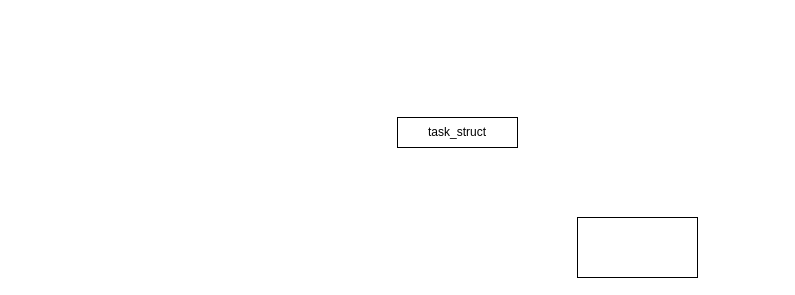
chen45464546/kernel_relative keeps this draw.io diagram as 未命名绘图.drawio. Above is the earlier version. Source tidied: cells renumbered, new cells numbered last; positions are measured from the earlier drawing's top-left corner, leaving out a move shared by most shapes. Both pictures are drawn from the tidied source at 100%, with x=0, y=0 at pixel (397, 117).
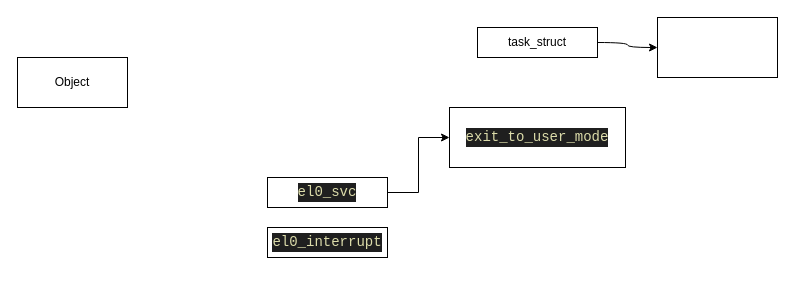
After the change.

Commit message:
更新未命名绘图.drawio

What changed in the source:
```diff
@@
 <mxGraphModel>
   <root>
     <mxCell id="0" />
     <mxCell id="1" parent="0" />
+    <mxCell id="5" style="edgeStyle=orthogonalEdgeStyle;rounded=0;jettySize=auto;html=1;exitX=1;exitY=0.5;exitDx=0;exitDy=0;curved=1;" parent="1" edge="1" source="2" target="3">
+      <mxGeometry relative="1" as="geometry" />
+    </mxCell>
     <mxCell id="2" value="task_struct" style="rounded=0;whiteSpace=wrap;html=1;" parent="1" vertex="1">
-      <mxGeometry width="120" height="30" as="geometry" />
+      <mxGeometry x="80" y="-90" width="120" height="30" as="geometry" />
     </mxCell>
     <mxCell id="3" style="rounded=0;whiteSpace=wrap;html=1;" parent="1" vertex="1">
-      <mxGeometry x="180" y="100" width="120" height="60" as="geometry" />
+      <mxGeometry x="260" y="-100" width="120" height="60" as="geometry" />
     </mxCell>
     <mxCell id="4" style="edgeStyle=orthogonalEdgeStyle;rounded=0;orthogonalLoop=1;jettySize=auto;html=1;exitX=0.5;exitY=1;exitDx=0;exitDy=0;" parent="1" edge="1" source="2" target="2">
       <mxGeometry relative="1" as="geometry" />
     </mxCell>
+    <mxCell id="6" style="edgeStyle=orthogonalEdgeStyle;rounded=0;jettySize=auto;html=1;entryX=0;entryY=0.5;entryDx=0;entryDy=0;" parent="1" edge="1" source="7" target="9">
+      <mxGeometry relative="1" as="geometry" />
+    </mxCell>
+    <mxCell id="7" value="&lt;div style=&quot;color: rgb(204, 204, 204); background-color: rgb(31, 31, 31); font-family: Consolas, &amp;quot;Courier New&amp;quot;, monospace; font-size: 14px; line-height: 19px; white-space: pre;&quot;&gt;&lt;span style=&quot;color: #dcdcaa;&quot;&gt;el0_svc&lt;/span&gt;&lt;/div&gt;" style="rounded=0;whiteSpace=wrap;html=1;" parent="1" vertex="1">
+      <mxGeometry x="-130" y="60" width="120" height="30" as="geometry" />
+    </mxCell>
+    <mxCell id="8" value="&lt;div style=&quot;color: rgb(204, 204, 204); background-color: rgb(31, 31, 31); font-family: Consolas, &amp;quot;Courier New&amp;quot;, monospace; font-size: 14px; line-height: 19px; white-space: pre;&quot;&gt;&lt;div style=&quot;color: rgb(204, 204, 204); background-color: rgb(31, 31, 31); line-height: 19px;&quot;&gt;&lt;span style=&quot;color: #dcdcaa;&quot;&gt;el0_interrupt&lt;/span&gt;&lt;/div&gt;&lt;/div&gt;" style="rounded=0;whiteSpace=wrap;html=1;" parent="1" vertex="1">
+      <mxGeometry x="-130" y="110" width="120" height="30" as="geometry" />
+    </mxCell>
+    <mxCell id="9" value="&lt;div style=&quot;color: rgb(204, 204, 204); background-color: rgb(31, 31, 31); font-family: Consolas, &amp;quot;Courier New&amp;quot;, monospace; font-size: 14px; line-height: 19px; white-space: pre;&quot;&gt;&lt;span style=&quot;color: #dcdcaa;&quot;&gt;exit_to_user_mode&lt;/span&gt;&lt;/div&gt;" style="rounded=0;whiteSpace=wrap;html=1;" parent="1" vertex="1">
+      <mxGeometry x="52" y="-10" width="176" height="60" as="geometry" />
+    </mxCell>
+    <mxCell id="10" value="Object" style="html=1;whiteSpace=wrap;" parent="1" vertex="1">
+      <mxGeometry x="-380" y="-60" width="110" height="50" as="geometry" />
+    </mxCell>
   </root>
 </mxGraphModel>
```
